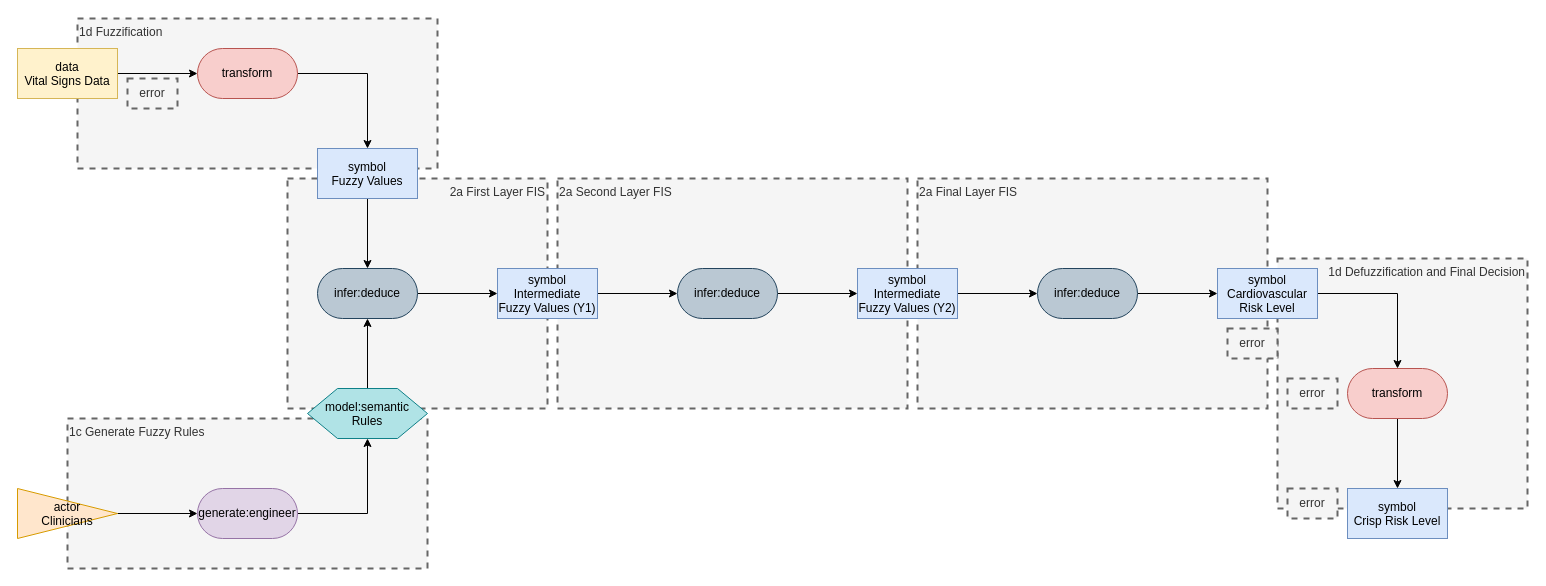
Earlier version of the draw.io diagram page "Page-1" (1 of 2) of medical patterns to boxologies/Rule-Based Method pre-processes input data for ML Prediction (RBML)/A Hierarchical Fuzzy System for Risk Assessment of Cardiovascular Disease.drawio (zonnesmit/thesis). Source tidied: cells renumbered, new cells numbered last; positions are measured from the earlier drawing's top-left corner, leaving out a move shared by most shapes. Both pictures are drawn from the tidied source at 100%, with x=0, y=0 at pixel (17, 18).
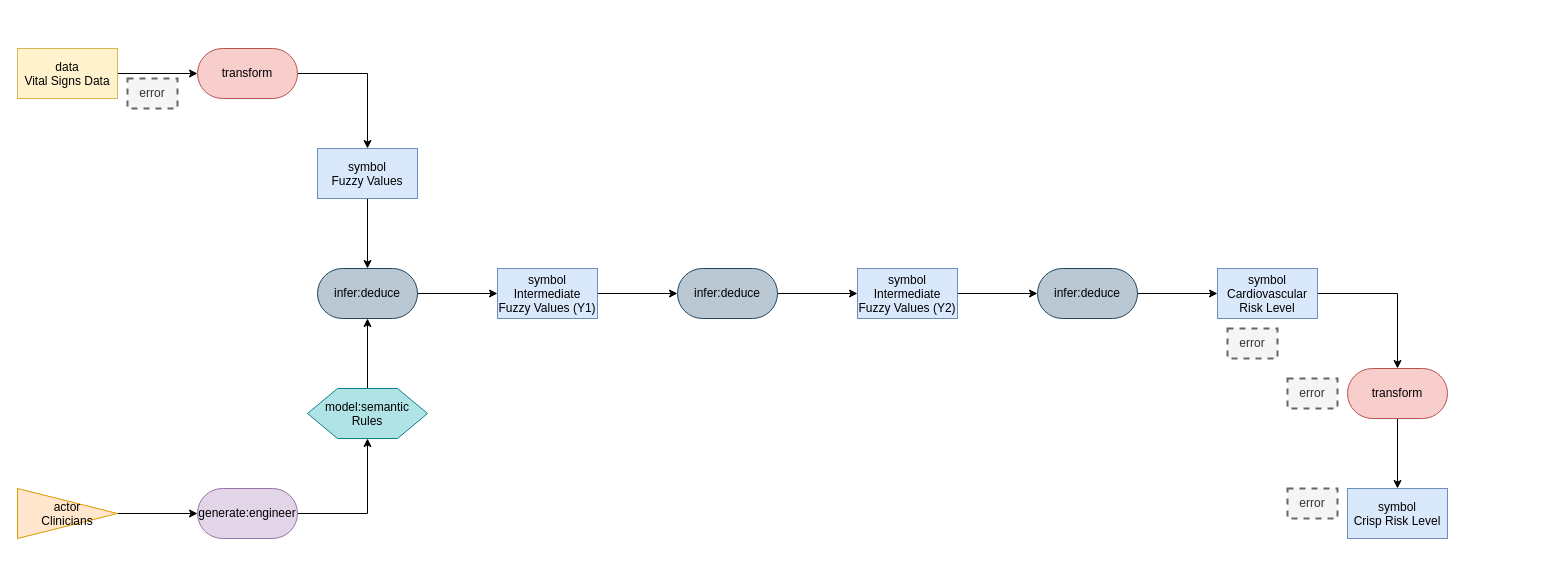
The same diagram, later.

What changed in the source:
```diff
@@
-    <mxCell id="2" value="1d Defuzzification and Final Decision" style="text;html=1;align=right;verticalAlign=top;whiteSpace=wrap;rounded=0;dashed=1;fillColor=#f5f5f5;fontColor=#333333;strokeColor=#666666;strokeWidth=2;" parent="1" vertex="1">
-      <mxGeometry x="1260" y="240" width="250" height="250" as="geometry" />
-    </mxCell>
-    <mxCell id="3" value="2a Final Layer FIS" style="text;html=1;align=left;verticalAlign=top;whiteSpace=wrap;rounded=0;dashed=1;fillColor=#f5f5f5;fontColor=#333333;strokeColor=#666666;strokeWidth=2;" parent="1" vertex="1">
-      <mxGeometry x="900" y="160" width="350" height="230" as="geometry" />
-    </mxCell>
-    <mxCell id="4" value="2a Second Layer FIS" style="text;html=1;align=left;verticalAlign=top;whiteSpace=wrap;rounded=0;dashed=1;fillColor=#f5f5f5;fontColor=#333333;strokeColor=#666666;strokeWidth=2;" parent="1" vertex="1">
-      <mxGeometry x="540" y="160" width="350" height="230" as="geometry" />
-    </mxCell>
-    <mxCell id="5" value="1c Generate Fuzzy Rules" style="text;html=1;align=left;verticalAlign=top;whiteSpace=wrap;rounded=0;dashed=1;fillColor=#f5f5f5;fontColor=#333333;strokeColor=#666666;strokeWidth=2;" parent="1" vertex="1">
-      <mxGeometry x="50" y="400" width="360" height="150" as="geometry" />
-    </mxCell>
-    <mxCell id="6" value="2a First Layer FIS" style="text;html=1;align=right;verticalAlign=top;whiteSpace=wrap;rounded=0;dashed=1;fillColor=#f5f5f5;fontColor=#333333;strokeColor=#666666;strokeWidth=2;" parent="1" vertex="1">
-      <mxGeometry x="270" y="160" width="260" height="230" as="geometry" />
-    </mxCell>
-    <mxCell id="7" value="1d Fuzzification" style="text;html=1;align=left;verticalAlign=top;whiteSpace=wrap;rounded=0;dashed=1;fillColor=#f5f5f5;fontColor=#333333;strokeColor=#666666;strokeWidth=2;" parent="1" vertex="1">
-      <mxGeometry x="60" width="360" height="150" as="geometry" />
-    </mxCell>
```
